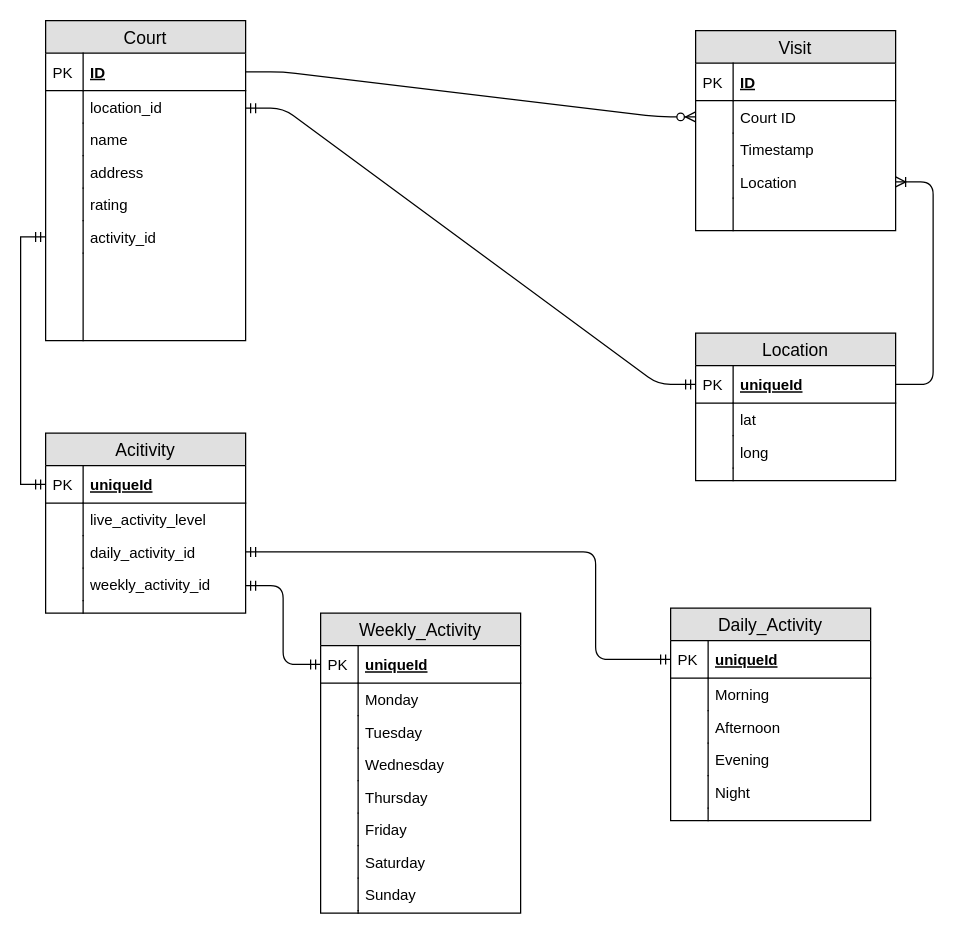
The draw.io diagram Next-Run.drawio in J-A-H/Next-Run, before the edit. Source tidied: cells renumbered, new cells numbered last; positions are measured from the earlier drawing's top-left corner, leaving out a move shared by most shapes. Both pictures are drawn from the tidied source at 125%, with x=0, y=0 at pixel (45, 20).
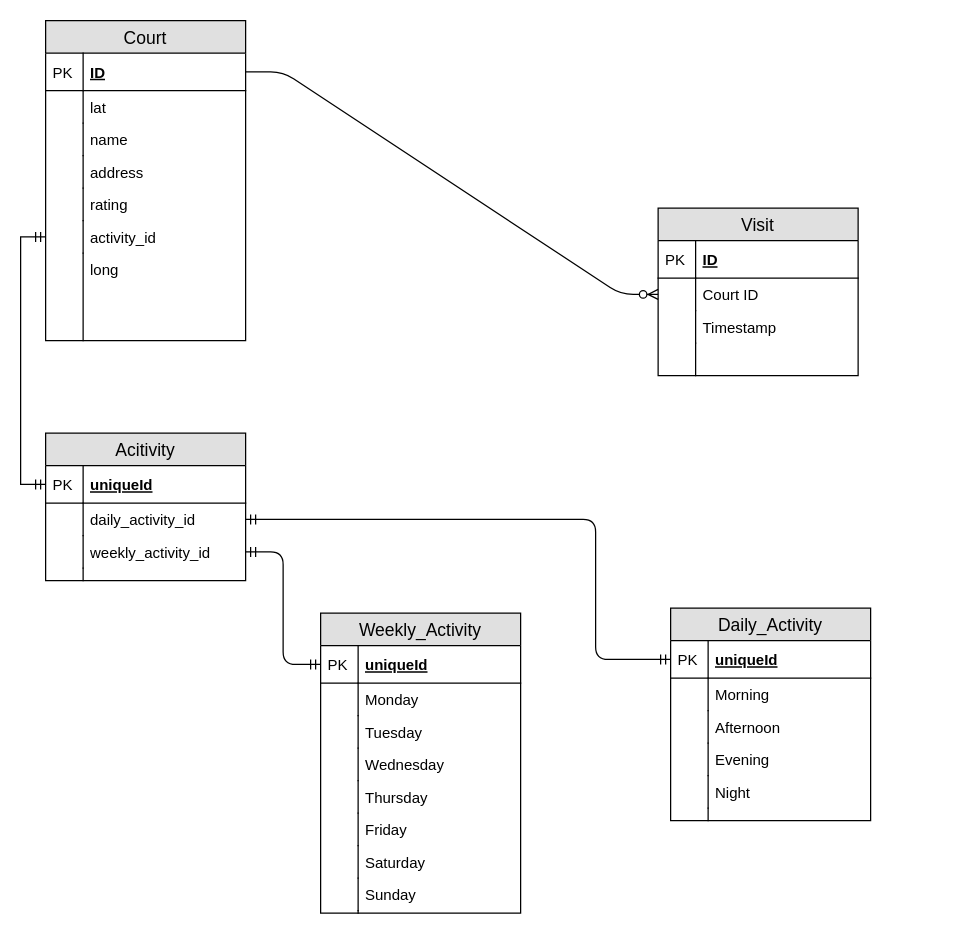
The same diagram, later.

Commit message:
Update Next-Run.drawio: removed location and live activity from Activity

The change refers to these unchanged cells:
```xml
<mxCell id="2" value="Court" style="swimlane;fontStyle=0;horizontal=1;startSize=26;fillColor=#e0e0e0;swimlaneFillColor=#ffffff;align=center;fontSize=14;" parent="1" vertex="1">
  <mxGeometry width="160" height="256" as="geometry" />
</mxCell>
<mxCell id="53" value="uniqueId" style="shape=partialRectangle;top=0;left=0;right=0;bottom=1;align=left;verticalAlign=middle;fillColor=none;spacingLeft=34;spacingRight=4;overflow=hidden;points=[[0,0.5],[1,0.5]];portConstraint=eastwest;fontStyle=5;fontSize=12;" parent="52" vertex="1">
  <mxGeometry y="26" width="160" height="30" as="geometry" />
</mxCell>
```

Change to the diagram source:
```diff
@@
-    <mxCell id="5" value="location_id" style="shape=partialRectangle;top=0;left=0;right=0;bottom=0;align=left;verticalAlign=top;fillColor=none;spacingLeft=34;spacingRight=4;overflow=hidden;fontSize=12;" parent="2" vertex="1">
+    <mxCell id="5" value="lat" style="shape=partialRectangle;top=0;left=0;right=0;bottom=0;align=left;verticalAlign=top;fillColor=none;spacingLeft=34;spacingRight=4;overflow=hidden;fontSize=12;" parent="2" vertex="1">
       <mxGeometry y="56" width="160" height="26" as="geometry" />
     </mxCell>
@@
-    <mxCell id="15" style="shape=partialRectangle;top=0;left=0;right=0;bottom=0;align=left;verticalAlign=top;fillColor=none;spacingLeft=34;spacingRight=4;overflow=hidden;fontSize=12;" parent="2" vertex="1">
+    <mxCell id="15" value="long" style="shape=partialRectangle;top=0;left=0;right=0;bottom=0;align=left;verticalAlign=top;fillColor=none;spacingLeft=34;spacingRight=4;overflow=hidden;fontSize=12;" parent="2" vertex="1">
       <mxGeometry y="186" width="160" height="70" as="geometry" />
     </mxCell>
@@
     <mxCell id="17" value="Visit" style="swimlane;fontStyle=0;horizontal=1;startSize=26;fillColor=#e0e0e0;swimlaneFillColor=#ffffff;align=center;fontSize=14;" parent="1" vertex="1">
-      <mxGeometry x="520" y="8" width="160" height="160" as="geometry" />
+      <mxGeometry x="490" y="150" width="160" height="134" as="geometry" />
     </mxCell>
@@
-    <mxCell id="24" value="Location" style="shape=partialRectangle;top=0;left=0;right=0;bottom=0;align=left;verticalAlign=top;fillColor=none;spacingLeft=34;spacingRight=4;overflow=hidden;points=[[0,0.5],[1,0.5]];portConstraint=eastwest;fontSize=12;" parent="17" vertex="1">
-      <mxGeometry y="108" width="160" height="26" as="geometry" />
-    </mxCell>
-    <mxCell id="25" style="shape=partialRectangle;top=0;left=0;bottom=0;fillColor=none;align=left;verticalAlign=top;spacingLeft=4;spacingRight=4;overflow=hidden;fontSize=12;" parent="24" vertex="1">
-      <mxGeometry width="30" height="26" as="geometry" />
-    </mxCell>
     <mxCell id="26" style="shape=partialRectangle;top=0;left=0;right=0;bottom=0;align=left;verticalAlign=top;fillColor=none;spacingLeft=34;spacingRight=4;overflow=hidden;fontSize=12;" parent="17" vertex="1">
-      <mxGeometry y="134" width="160" height="26" as="geometry" />
+      <mxGeometry y="108" width="160" height="26" as="geometry" />
     </mxCell>
@@
-    <mxCell id="28" value="Location" style="swimlane;fontStyle=0;horizontal=1;startSize=26;fillColor=#e0e0e0;swimlaneFillColor=#ffffff;align=center;fontSize=14;" parent="1" vertex="1">
-      <mxGeometry x="520" y="250" width="160" height="118" as="geometry" />
-    </mxCell>
-    <mxCell id="29" value="uniqueId" style="shape=partialRectangle;top=0;left=0;right=0;bottom=1;align=left;verticalAlign=middle;fillColor=none;spacingLeft=34;spacingRight=4;overflow=hidden;points=[[0,0.5],[1,0.5]];portConstraint=eastwest;fontStyle=5;fontSize=12;" parent="28" vertex="1">
-      <mxGeometry y="26" width="160" height="30" as="geometry" />
-    </mxCell>
-    <mxCell id="30" value="PK" style="shape=partialRectangle;top=0;left=0;bottom=0;fillColor=none;align=left;verticalAlign=middle;spacingLeft=4;spacingRight=4;overflow=hidden;fontSize=12;" parent="29" vertex="1">
-      <mxGeometry width="30" height="30" as="geometry" />
-    </mxCell>
-    <mxCell id="31" value="lat" style="shape=partialRectangle;top=0;left=0;right=0;bottom=0;align=left;verticalAlign=top;fillColor=none;spacingLeft=34;spacingRight=4;overflow=hidden;fontSize=12;" parent="28" vertex="1">
-      <mxGeometry y="56" width="160" height="26" as="geometry" />
-    </mxCell>
-    <mxCell id="32" style="shape=partialRectangle;top=0;left=0;bottom=0;fillColor=none;align=left;verticalAlign=top;spacingLeft=4;spacingRight=4;overflow=hidden;fontSize=12;" parent="31" vertex="1">
-      <mxGeometry width="30" height="26" as="geometry" />
-    </mxCell>
-    <mxCell id="33" value="long" style="shape=partialRectangle;top=0;left=0;right=0;bottom=0;align=left;verticalAlign=top;fillColor=none;spacingLeft=34;spacingRight=4;overflow=hidden;fontSize=12;" parent="28" vertex="1">
-      <mxGeometry y="82" width="160" height="26" as="geometry" />
-    </mxCell>
-    <mxCell id="34" style="shape=partialRectangle;top=0;left=0;bottom=0;fillColor=none;align=left;verticalAlign=top;spacingLeft=4;spacingRight=4;overflow=hidden;fontSize=12;" parent="33" vertex="1">
-      <mxGeometry width="30" height="26" as="geometry" />
-    </mxCell>
-    <mxCell id="35" style="shape=partialRectangle;top=0;left=0;right=0;bottom=0;align=left;verticalAlign=top;fillColor=none;spacingLeft=34;spacingRight=4;overflow=hidden;fontSize=12;" parent="28" vertex="1">
-      <mxGeometry y="108" width="160" height="10" as="geometry" />
-    </mxCell>
-    <mxCell id="36" style="shape=partialRectangle;top=0;left=0;bottom=0;fillColor=none;align=left;verticalAlign=top;spacingLeft=4;spacingRight=4;overflow=hidden;fontSize=12;" parent="35" vertex="1">
-      <mxGeometry width="30" height="10" as="geometry" />
-    </mxCell>
@@
-    <mxCell id="38" style="edgeStyle=entityRelationEdgeStyle;fontSize=12;html=1;endArrow=ERmandOne;startArrow=ERmandOne;entryX=0;entryY=0.5;entryDx=0;entryDy=0;" parent="1" edge="1" target="29">
-      <mxGeometry relative="1" as="geometry">
-        <mxPoint x="160" y="70" as="sourcePoint" />
-      </mxGeometry>
-    </mxCell>
-    <mxCell id="39" style="edgeStyle=entityRelationEdgeStyle;fontSize=12;html=1;endArrow=ERoneToMany;exitX=1;exitY=0.5;exitDx=0;exitDy=0;" parent="1" edge="1" source="29" target="24">
-      <mxGeometry relative="1" as="geometry" />
-    </mxCell>
     <mxCell id="40" value="Acitivity" style="swimlane;fontStyle=0;horizontal=1;startSize=26;fillColor=#e0e0e0;swimlaneFillColor=#ffffff;align=center;fontSize=14;" parent="1" vertex="1">
-      <mxGeometry y="330" width="160" height="144" as="geometry" />
+      <mxGeometry y="330" width="160" height="118" as="geometry" />
     </mxCell>
@@
-    <mxCell id="43" value="live_activity_level" style="shape=partialRectangle;top=0;left=0;right=0;bottom=0;align=left;verticalAlign=top;fillColor=none;spacingLeft=34;spacingRight=4;overflow=hidden;fontSize=12;" parent="40" vertex="1">
-      <mxGeometry y="56" width="160" height="26" as="geometry" />
-    </mxCell>
-    <mxCell id="44" style="shape=partialRectangle;top=0;left=0;bottom=0;fillColor=none;align=left;verticalAlign=top;spacingLeft=4;spacingRight=4;overflow=hidden;fontSize=12;" parent="43" vertex="1">
-      <mxGeometry width="30" height="26" as="geometry" />
-    </mxCell>
     <mxCell id="45" value="daily_activity_id" style="shape=partialRectangle;top=0;left=0;right=0;bottom=0;align=left;verticalAlign=top;fillColor=none;spacingLeft=34;spacingRight=4;overflow=hidden;points=[[0,0.5],[1,0.5]];portConstraint=eastwest;fontSize=12;" parent="40" vertex="1">
-      <mxGeometry y="82" width="160" height="26" as="geometry" />
+      <mxGeometry y="56" width="160" height="26" as="geometry" />
     </mxCell>
@@
     <mxCell id="47" value="weekly_activity_id" style="shape=partialRectangle;top=0;left=0;right=0;bottom=0;align=left;verticalAlign=top;fillColor=none;spacingLeft=34;spacingRight=4;overflow=hidden;points=[[0,0.5],[1,0.5]];portConstraint=eastwest;fontSize=12;" parent="40" vertex="1">
-      <mxGeometry y="108" width="160" height="26" as="geometry" />
+      <mxGeometry y="82" width="160" height="26" as="geometry" />
     </mxCell>
@@
     <mxCell id="49" style="shape=partialRectangle;top=0;left=0;right=0;bottom=0;align=left;verticalAlign=top;fillColor=none;spacingLeft=34;spacingRight=4;overflow=hidden;fontSize=12;" parent="40" vertex="1">
-      <mxGeometry y="134" width="160" height="10" as="geometry" />
+      <mxGeometry y="108" width="160" height="10" as="geometry" />
     </mxCell>
@@
-    <mxCell id="84" style="edgeStyle=elbowEdgeStyle;fontSize=12;html=1;endArrow=ERmandOne;startArrow=ERmandOne;entryX=0;entryY=0.5;entryDx=0;entryDy=0;" parent="1" edge="1" target="53">
-      <mxGeometry relative="1" as="geometry">
-        <mxPoint x="160" y="452" as="sourcePoint" />
-      </mxGeometry>
+    <mxCell id="84" style="edgeStyle=elbowEdgeStyle;fontSize=12;html=1;endArrow=ERmandOne;startArrow=ERmandOne;entryX=0;entryY=0.5;entryDx=0;entryDy=0;exitX=1;exitY=0.5;exitDx=0;exitDy=0;" parent="1" edge="1" source="47" target="53">
+      <mxGeometry relative="1" as="geometry" />
     </mxCell>
```
